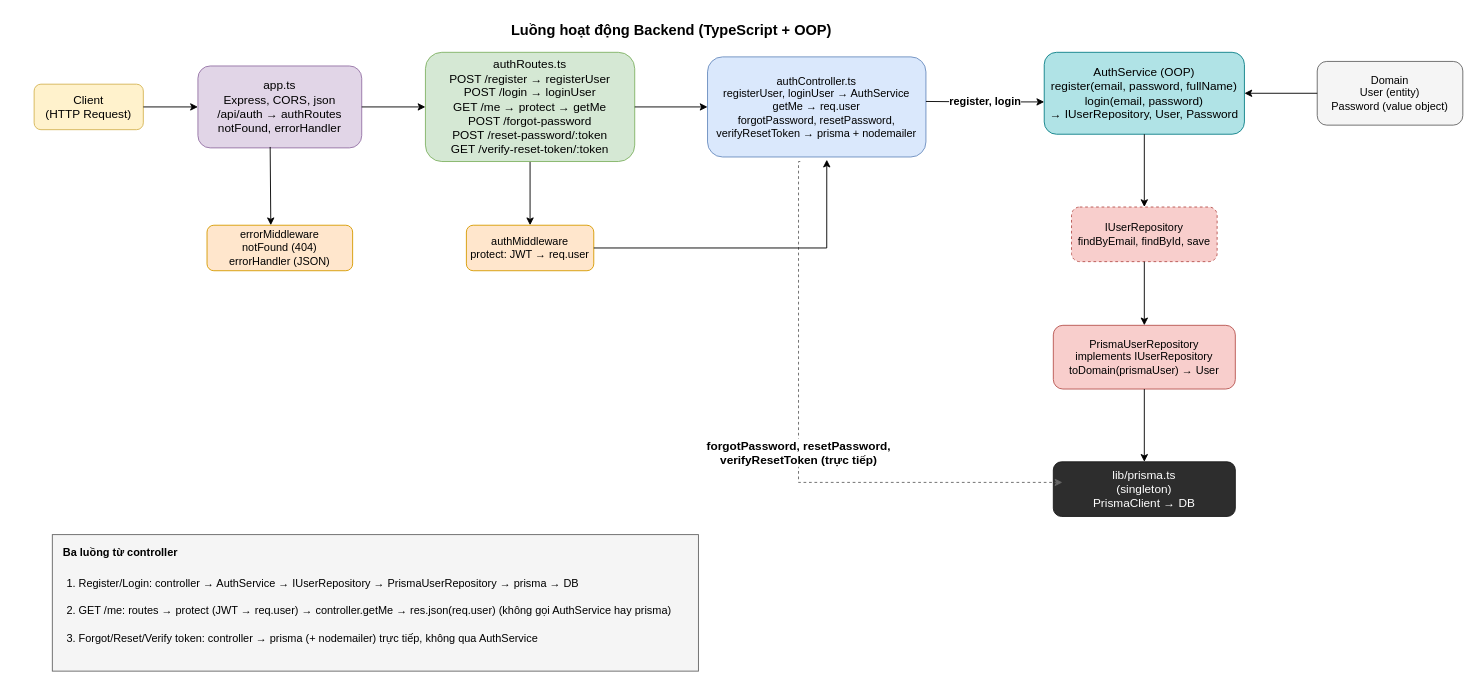
Before: backend/docs/backend-flow.drawio in caindandut/Project_Manager_System, a draw.io diagram. Source tidied: cells renumbered, new cells numbered last; positions are measured from the earlier drawing's top-left corner, leaving out a move shared by most shapes. Both pictures are drawn from the tidied source at 91%, with x=0, y=0 at pixel (34, 15).
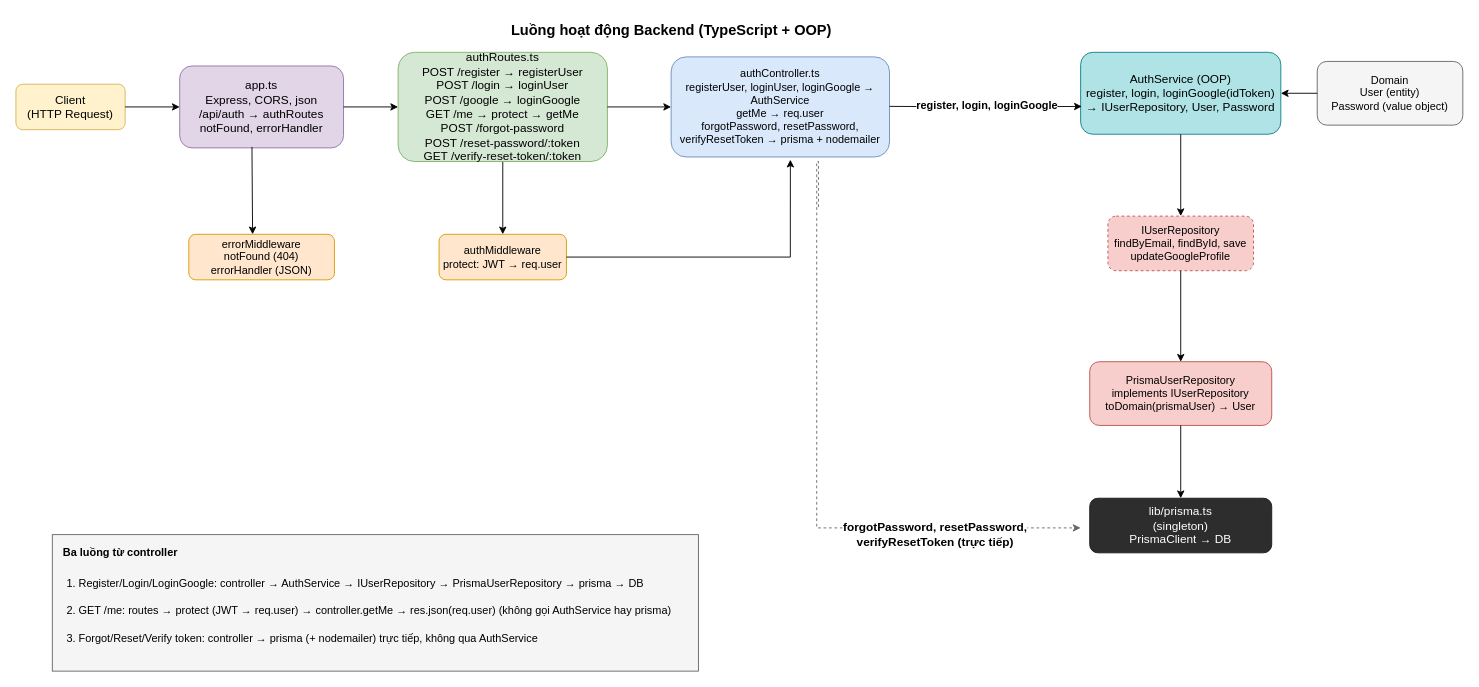
Above is the later version.

Commit message (it also covers changes not shown here):
feat: chức năng login google

The edit, as a diff of the source:
```diff
@@
     <mxCell id="3" value="Client&#10;(HTTP Request)" style="rounded=1;whiteSpace=wrap;html=1;fillColor=#fff2cc;strokeColor=#d6b656;fontSize=13;" parent="1" vertex="1">
-      <mxGeometry y="75" width="120" height="50" as="geometry" />
+      <mxGeometry x="-20" y="75" width="120" height="50" as="geometry" />
     </mxCell>
     <mxCell id="4" value="app.ts&#10;Express, CORS, json&#10;/api/auth → authRoutes&#10;notFound, errorHandler" style="rounded=1;whiteSpace=wrap;html=1;fillColor=#e1d5e7;strokeColor=#9673a6;fontSize=13;" parent="1" vertex="1">
-      <mxGeometry x="180" y="55" width="180" height="90" as="geometry" />
+      <mxGeometry x="160" y="55" width="180" height="90" as="geometry" />
     </mxCell>
@@
-    <mxCell id="6" value="authRoutes.ts&#10;POST /register → registerUser&#10;POST /login → loginUser&#10;GET /me → protect → getMe&#10;POST /forgot-password&#10;POST /reset-password/:token&#10;GET /verify-reset-token/:token" style="rounded=1;whiteSpace=wrap;html=1;fillColor=#d5e8d4;strokeColor=#82b366;fontSize=13;" parent="1" vertex="1">
-      <mxGeometry x="430" y="40" width="230" height="120" as="geometry" />
+    <mxCell id="6" value="authRoutes.ts&#10;POST /register → registerUser&#10;POST /login → loginUser&#10;POST /google → loginGoogle&#10;GET /me → protect → getMe&#10;POST /forgot-password&#10;POST /reset-password/:token&#10;GET /verify-reset-token/:token" style="rounded=1;whiteSpace=wrap;html=1;fillColor=#d5e8d4;strokeColor=#82b366;fontSize=13;" parent="1" vertex="1">
+      <mxGeometry x="400" y="40" width="230" height="120" as="geometry" />
     </mxCell>
     <mxCell id="7" value="authMiddleware&#10;protect: JWT → req.user" style="rounded=1;whiteSpace=wrap;html=1;fillColor=#ffe6cc;strokeColor=#d79b00;" parent="1" vertex="1">
-      <mxGeometry x="475" y="230" width="140" height="50" as="geometry" />
+      <mxGeometry x="445" y="240" width="140" height="50" as="geometry" />
     </mxCell>
-    <mxCell id="8" value="authController.ts&#10;registerUser, loginUser → AuthService&#10;getMe → req.user&#10;forgotPassword, resetPassword,&#10;verifyResetToken → prisma + nodemailer" style="rounded=1;whiteSpace=wrap;html=1;fillColor=#dae8fc;strokeColor=#6c8ebf;" parent="1" vertex="1">
-      <mxGeometry x="740" y="45" width="240" height="110" as="geometry" />
+    <mxCell id="8" value="authController.ts&#10;registerUser, loginUser, loginGoogle → AuthService&#10;getMe → req.user&#10;forgotPassword, resetPassword,&#10;verifyResetToken → prisma + nodemailer" style="rounded=1;whiteSpace=wrap;html=1;fillColor=#dae8fc;strokeColor=#6c8ebf;" parent="1" vertex="1">
+      <mxGeometry x="700" y="45" width="240" height="110" as="geometry" />
     </mxCell>
-    <mxCell id="9" value="AuthService (OOP)&#10;register(email, password, fullName)&#10;login(email, password)&#10;→ IUserRepository, User, Password" style="rounded=1;whiteSpace=wrap;html=1;fillColor=#b0e3e6;strokeColor=#0e8088;fontSize=13;" parent="1" vertex="1">
-      <mxGeometry x="1110" y="40" width="220" height="90" as="geometry" />
+    <mxCell id="9" value="AuthService (OOP)&#10;register, login, loginGoogle(idToken)&#10;→ IUserRepository, User, Password" style="rounded=1;whiteSpace=wrap;html=1;fillColor=#b0e3e6;strokeColor=#0e8088;fontSize=13;" parent="1" vertex="1">
+      <mxGeometry x="1150" y="40" width="220" height="90" as="geometry" />
     </mxCell>
-    <mxCell id="10" value="IUserRepository&#10;findByEmail, findById, save" style="rounded=1;whiteSpace=wrap;html=1;fillColor=#f8cecc;strokeColor=#b85450;dashed=1;" parent="1" vertex="1">
-      <mxGeometry x="1140" y="210" width="160" height="60" as="geometry" />
+    <mxCell id="10" value="IUserRepository&#10;findByEmail, findById, save&#10;updateGoogleProfile" style="rounded=1;whiteSpace=wrap;html=1;fillColor=#f8cecc;strokeColor=#b85450;dashed=1;" parent="1" vertex="1">
+      <mxGeometry x="1180" y="220" width="160" height="60" as="geometry" />
     </mxCell>
     <mxCell id="11" value="PrismaUserRepository&#10;implements IUserRepository&#10;toDomain(prismaUser) → User" style="rounded=1;whiteSpace=wrap;html=1;fillColor=#f8cecc;strokeColor=#b85450;" parent="1" vertex="1">
-      <mxGeometry x="1120" y="340" width="200" height="70" as="geometry" />
+      <mxGeometry x="1160" y="380" width="200" height="70" as="geometry" />
     </mxCell>
@@
     <mxCell id="13" value="lib/prisma.ts&#10;(singleton)&#10;PrismaClient → DB" style="rounded=1;whiteSpace=wrap;html=1;fillColor=#2d2d2d;strokeColor=#1a1a1a;fontColor=#ffffff;fontSize=13;" parent="1" vertex="1">
-      <mxGeometry x="1120" y="490" width="200" height="60" as="geometry" />
+      <mxGeometry x="1160" y="530" width="200" height="60" as="geometry" />
     </mxCell>
     <mxCell id="14" value="errorMiddleware&#10;notFound (404)&#10;errorHandler (JSON)" style="rounded=1;whiteSpace=wrap;html=1;fillColor=#ffe6cc;strokeColor=#d79b00;" parent="1" vertex="1">
-      <mxGeometry x="190" y="230" width="160" height="50" as="geometry" />
+      <mxGeometry x="170" y="240" width="160" height="50" as="geometry" />
     </mxCell>
@@
-    <mxCell id="18" value="register, login" style="edgeStyle=orthogonalEdgeStyle;rounded=0;orthogonalLoop=1;jettySize=auto;html=1;entryX=-0.01;entryY=0.59;entryDx=0;entryDy=0;fontStyle=1;labelBackgroundColor=#ffffff;entryPerimeter=0;fontSize=12;" parent="1" edge="1">
-      <mxGeometry relative="1" as="geometry">
-        <mxPoint x="980" y="94" as="sourcePoint" />
-        <mxPoint x="1110" y="94.5" as="targetPoint" />
+    <mxCell id="18" value="register, login, loginGoogle" style="edgeStyle=orthogonalEdgeStyle;rounded=0;jettySize=auto;html=1;entryX=0.006;entryY=0.661;entryDx=0;entryDy=0;fontStyle=1;labelBackgroundColor=#ffffff;entryPerimeter=0;fontSize=12;" parent="1" edge="1" target="9">
+      <mxGeometry x="0.01" relative="1" as="geometry">
+        <mxPoint x="940" y="99.4" as="sourcePoint" />
       </mxGeometry>
     </mxCell>
     <mxCell id="19" value="forgotPassword, resetPassword,&#10;verifyResetToken (trực tiếp)" style="edgeStyle=orthogonalEdgeStyle;rounded=0;orthogonalLoop=1;jettySize=auto;html=1;exitX=0.383;exitY=1.022;exitDx=0;exitDy=0;dashed=1;strokeColor=#666666;fontStyle=1;labelBackgroundColor=#ffffff;exitPerimeter=0;fontSize=13;" parent="1" edge="1">
-      <mxGeometry relative="1" as="geometry">
-        <mxPoint x="841.9" y="160" as="sourcePoint" />
-        <mxPoint x="1130" y="512.6" as="targetPoint" />
+      <mxGeometry x="0.57" y="-7" relative="1" as="geometry">
+        <mxPoint x="861.9" y="210" as="sourcePoint" />
+        <mxPoint x="1150" y="562.6" as="targetPoint" />
         <Array as="points">
-          <mxPoint x="840" y="159.6" />
-          <mxPoint x="840" y="512.6" />
+          <mxPoint x="862" y="160" />
+          <mxPoint x="860" y="160" />
+          <mxPoint x="860" y="563" />
         </Array>
       </mxGeometry>
     </mxCell>
@@
-    <mxCell id="26" value="1. Register/Login: controller → AuthService → IUserRepository → PrismaUserRepository → prisma → DB" style="text;html=1;strokeColor=none;fillColor=none;align=left;verticalAlign=top;fontSize=12;spacingLeft=4;" parent="1" vertex="1">
+    <mxCell id="26" value="1. Register/Login/LoginGoogle: controller → AuthService → IUserRepository → PrismaUserRepository → prisma → DB" style="text;html=1;strokeColor=none;fillColor=none;align=left;verticalAlign=top;fontSize=12;spacingLeft=4;" parent="1" vertex="1">
       <mxGeometry x="30" y="610" width="520" height="22" as="geometry" />
     </mxCell>
```
